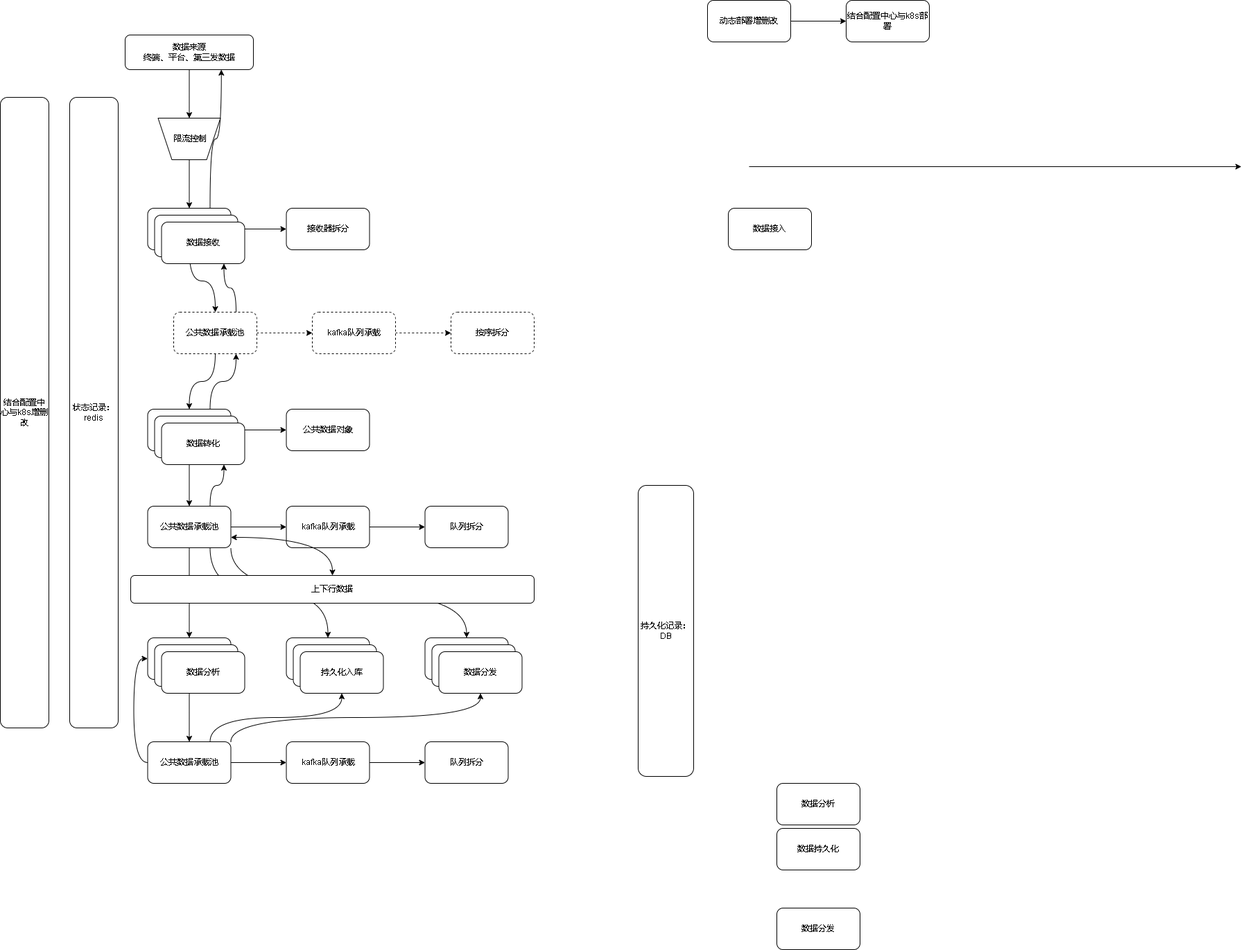
The draw.io diagram 808后台架构.drawio.png in xktder/draw, before a commit. Source tidied: cells renumbered, new cells last; positions are measured from the earlier drawing's top-left corner, leaving out a move shared by most shapes.
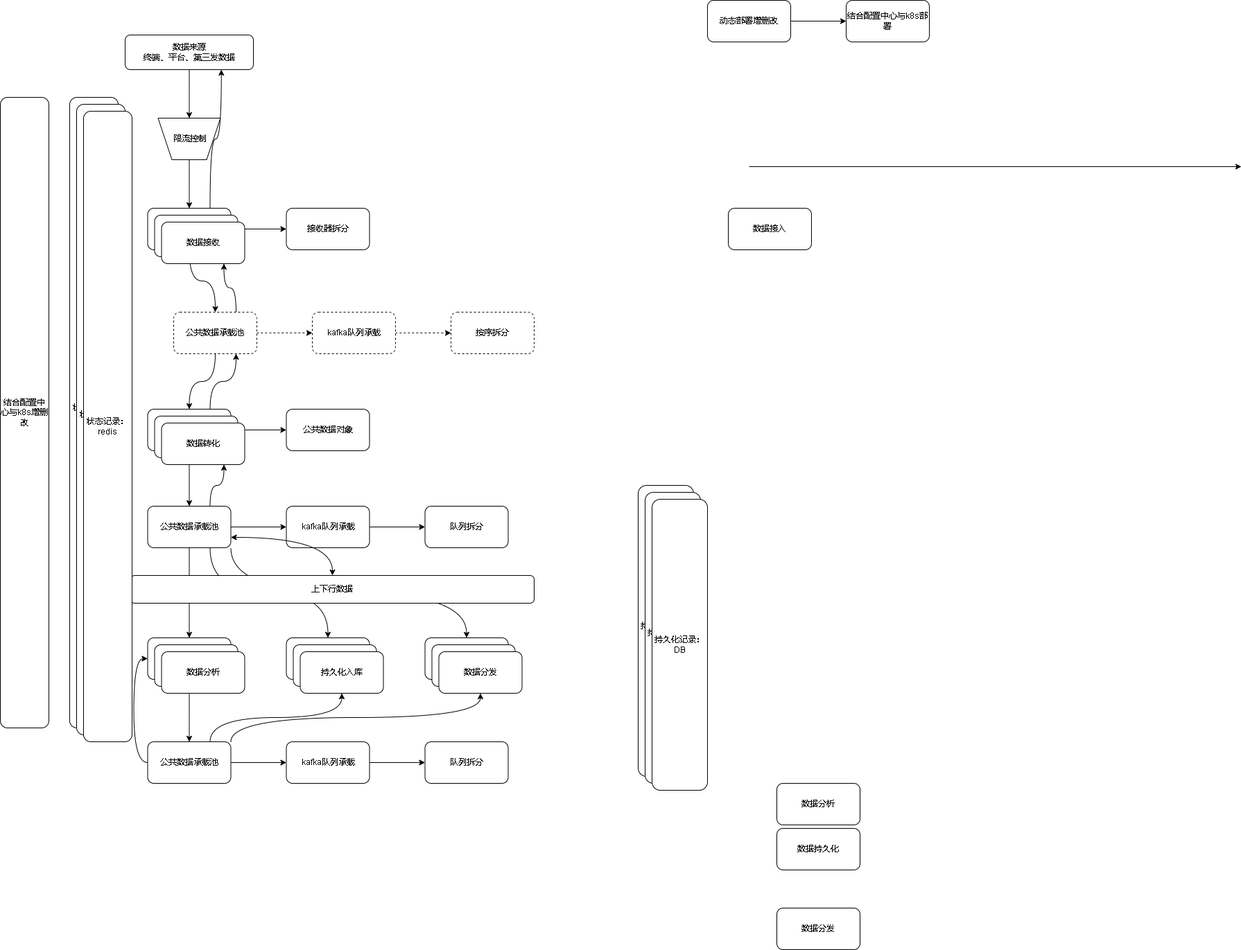
The same diagram one commit later.

Commit message:
更新808后台架构.drawio.png

Change to the diagram source:
```diff
@@ -203,5 +203,17 @@
     <mxCell id="67" value="上下行数据" style="rounded=1;whiteSpace=wrap;html=1;" parent="1" vertex="1">
       <mxGeometry x="188" y="830" width="582" height="40" as="geometry" />
     </mxCell>
+    <mxCell id="68" value="持久化记录：&lt;br&gt;DB" style="rounded=1;whiteSpace=wrap;html=1;" parent="1" vertex="1">
+      <mxGeometry x="930" y="710" width="80" height="420" as="geometry" />
+    </mxCell>
+    <mxCell id="69" value="持久化记录：&lt;br&gt;DB" style="rounded=1;whiteSpace=wrap;html=1;" parent="1" vertex="1">
+      <mxGeometry x="940" y="720" width="80" height="420" as="geometry" />
+    </mxCell>
+    <mxCell id="70" value="状态记录：&lt;br&gt;redis" style="rounded=1;whiteSpace=wrap;html=1;" parent="1" vertex="1">
+      <mxGeometry x="110" y="150" width="70" height="910" as="geometry" />
+    </mxCell>
+    <mxCell id="71" value="状态记录：&lt;br&gt;redis" style="rounded=1;whiteSpace=wrap;html=1;" parent="1" vertex="1">
+      <mxGeometry x="120" y="160" width="70" height="910" as="geometry" />
+    </mxCell>
   </root>
 </mxGraphModel>
```
